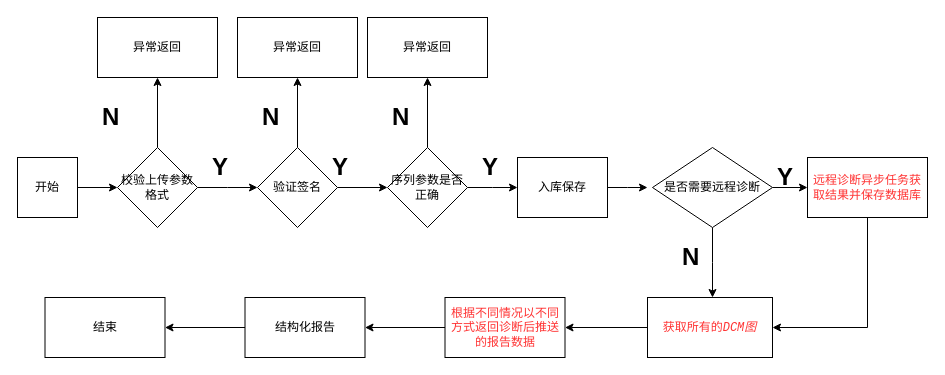
The draw.io diagram 上传接口分析.drawio in YangDaXia11/my_pic, before the edit. Source tidied: cells renumbered, new cells numbered last; positions are measured from the earlier drawing's top-left corner, leaving out a move shared by most shapes. Both pictures are drawn from the tidied source at 100%, with x=0, y=0 at pixel (17, 17).
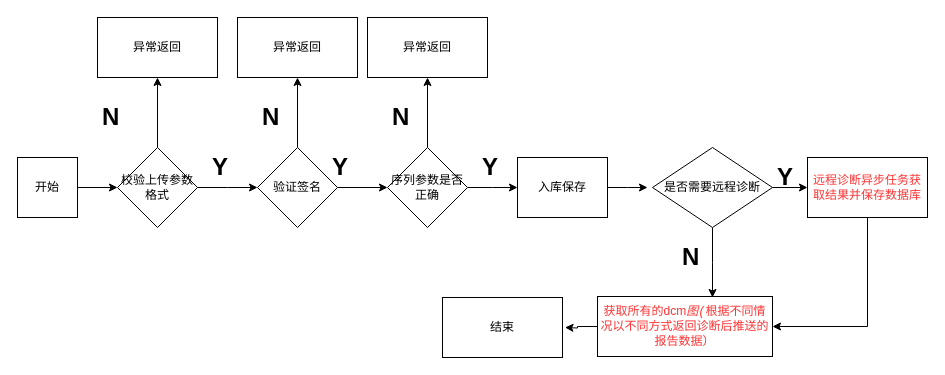
The same diagram, later.

Commit message:
更新上传接口分析.drawio

Change to the diagram source:
```diff
@@
-    <mxCell id="30" style="edgeStyle=orthogonalEdgeStyle;rounded=0;jettySize=auto;html=1;" parent="1" edge="1" source="31" target="36">
-      <mxGeometry relative="1" as="geometry" />
+    <mxCell id="30" style="edgeStyle=orthogonalEdgeStyle;rounded=0;jettySize=auto;html=1;" parent="1" edge="1" source="31">
+      <mxGeometry relative="1" as="geometry">
+        <mxPoint x="547.5" y="310" as="targetPoint" />
+      </mxGeometry>
     </mxCell>
-    <mxCell id="31" value="&lt;span style=&quot;background-color: rgb(255, 255, 255);&quot;&gt;&lt;font color=&quot;#ff3333&quot;&gt;获取所有的&lt;span style=&quot;font-size: 9pt; font-style: italic; font-family: &amp;quot;JetBrains Mono&amp;quot;, monospace;&quot;&gt;DCM&lt;/span&gt;&lt;span style=&quot;font-family: 宋体, monospace; font-size: 9pt; font-style: italic;&quot;&gt;图&lt;/span&gt;&lt;/font&gt;&lt;/span&gt;" style="rounded=0;whiteSpace=wrap;html=1;" parent="1" vertex="1">
-      <mxGeometry x="630" y="280" width="125" height="60" as="geometry" />
+    <mxCell id="31" value="&lt;font color=&quot;#ff3333&quot;&gt;获取所有的dcm&lt;font face=&quot;宋体, monospace&quot;&gt;&lt;i&gt;图(&lt;/i&gt;&lt;/font&gt;&lt;/font&gt;&lt;span style=&quot;color: rgb(255, 51, 51); background-color: rgb(255, 255, 255);&quot;&gt;根据不同情况以不同方式返回诊断后推送的报告数据）&lt;/span&gt;&lt;span style=&quot;background-color: rgb(255, 255, 255);&quot;&gt;&lt;font color=&quot;#ff3333&quot;&gt;&lt;span style=&quot;font-family: 宋体, monospace; font-size: 9pt; font-style: italic;&quot;&gt;&lt;br&gt;&lt;/span&gt;&lt;/font&gt;&lt;/span&gt;" style="rounded=0;whiteSpace=wrap;html=1;" parent="1" vertex="1">
+      <mxGeometry x="580" y="279" width="175" height="60" as="geometry" />
     </mxCell>
@@
-    <mxCell id="35" style="edgeStyle=orthogonalEdgeStyle;rounded=0;jettySize=auto;html=1;" parent="1" edge="1" source="36" target="38">
-      <mxGeometry relative="1" as="geometry" />
-    </mxCell>
-    <mxCell id="36" value="&lt;span style=&quot;background-color: rgb(255, 255, 255);&quot;&gt;&lt;font color=&quot;#ff3333&quot;&gt;根据不同情况以不同方式返回诊断后推送的报告数据&lt;/font&gt;&lt;/span&gt;" style="whiteSpace=wrap;html=1;rounded=0;" parent="1" vertex="1">
-      <mxGeometry x="427.5" y="280" width="120" height="60" as="geometry" />
-    </mxCell>
-    <mxCell id="37" style="edgeStyle=orthogonalEdgeStyle;rounded=0;jettySize=auto;html=1;" parent="1" edge="1" source="38" target="39">
-      <mxGeometry relative="1" as="geometry" />
-    </mxCell>
-    <mxCell id="38" value="结构化报告" style="whiteSpace=wrap;html=1;rounded=0;" parent="1" vertex="1">
-      <mxGeometry x="227.5" y="280" width="120" height="60" as="geometry" />
-    </mxCell>
     <mxCell id="39" value="结束" style="whiteSpace=wrap;html=1;rounded=0;" parent="1" vertex="1">
-      <mxGeometry x="27.5" y="280" width="120" height="60" as="geometry" />
+      <mxGeometry x="425" y="280" width="120" height="60" as="geometry" />
     </mxCell>
```
